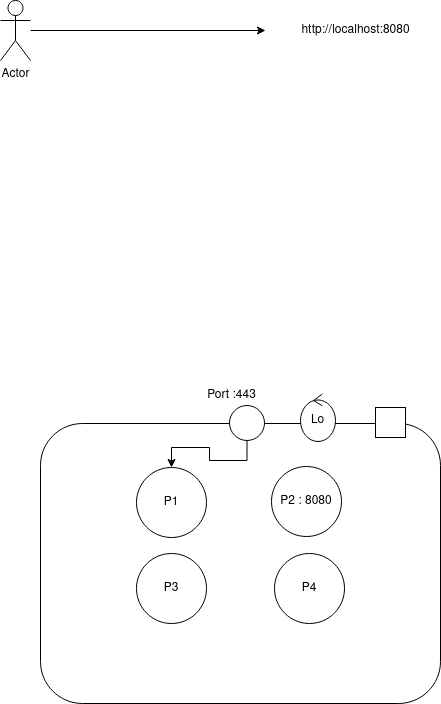
The draw.io diagram Loopback.drawio.png in Masum-Osman/diagrams.io-draws, before a commit. Source tidied: cells renumbered, new cells last; positions are measured from the earlier drawing's top-left corner, leaving out a move shared by most shapes. The source it was exported from:
```xml
<mxGraphModel>
  <root>
    <mxCell id="0" />
    <mxCell id="1" parent="0" />
    <mxCell id="2" style="edgeStyle=orthogonalEdgeStyle;rounded=0;jettySize=auto;html=1;" parent="1" edge="1" source="3">
      <mxGeometry relative="1" as="geometry">
        <mxPoint x="265" y="30" as="targetPoint" />
      </mxGeometry>
    </mxCell>
    <mxCell id="3" value="Actor" style="shape=umlActor;verticalLabelPosition=bottom;verticalAlign=top;html=1;outlineConnect=0;" parent="1" vertex="1">
      <mxGeometry width="30" height="60" as="geometry" />
    </mxCell>
    <mxCell id="4" value="http://localhost:8080" style="text;html=1;align=center;verticalAlign=middle;points=[];strokeColor=none;fillColor=none;" parent="1" vertex="1">
      <mxGeometry x="290" y="15" width="130" height="30" as="geometry" />
    </mxCell>
    <mxCell id="5" style="rounded=1;whiteSpace=wrap;html=1;" parent="1" vertex="1">
      <mxGeometry x="40" y="423" width="400" height="280" as="geometry" />
    </mxCell>
    <mxCell id="6" value="P1" style="ellipse;whiteSpace=wrap;html=1;" parent="1" vertex="1">
      <mxGeometry x="136" y="467" width="70" height="70" as="geometry" />
    </mxCell>
    <mxCell id="7" value="P2 : 8080" style="ellipse;whiteSpace=wrap;html=1;" parent="1" vertex="1">
      <mxGeometry x="271" y="466" width="70" height="70" as="geometry" />
    </mxCell>
    <mxCell id="8" value="P3" style="ellipse;whiteSpace=wrap;html=1;" parent="1" vertex="1">
      <mxGeometry x="136" y="553" width="70" height="70" as="geometry" />
    </mxCell>
    <mxCell id="9" value="P4" style="ellipse;whiteSpace=wrap;html=1;" parent="1" vertex="1">
      <mxGeometry x="274" y="553" width="70" height="70" as="geometry" />
    </mxCell>
    <mxCell id="10" style="edgeStyle=orthogonalEdgeStyle;rounded=0;jettySize=auto;html=1;exitX=0.5;exitY=1;exitDx=0;exitDy=0;" parent="1" edge="1" source="11" target="6">
      <mxGeometry relative="1" as="geometry" />
    </mxCell>
    <mxCell id="11" style="ellipse;whiteSpace=wrap;html=1;" parent="1" vertex="1">
      <mxGeometry x="229" y="405" width="35" height="35" as="geometry" />
    </mxCell>
    <mxCell id="12" value="Port :443" style="text;html=1;align=center;verticalAlign=middle;strokeColor=none;fillColor=none;" parent="1" vertex="1">
      <mxGeometry x="196" y="380" width="70" height="30" as="geometry" />
    </mxCell>
    <mxCell id="13" style="whiteSpace=wrap;html=1;" parent="1" vertex="1">
      <mxGeometry x="375" y="407" width="30" height="30" as="geometry" />
    </mxCell>
    <mxCell id="14" value="&lt;div&gt;Lo&lt;/div&gt;" style="ellipse;shape=umlControl;whiteSpace=wrap;html=1;" parent="1" vertex="1">
      <mxGeometry x="300" y="393.5" width="35" height="47.5" as="geometry" />
    </mxCell>
  </root>
</mxGraphModel>
```
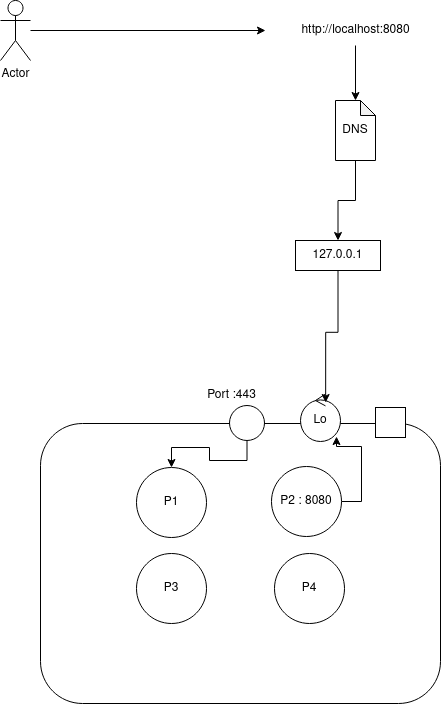
After the change.

What changed in the source:
```diff
@@ -10,6 +10,9 @@
     <mxCell id="3" value="Actor" style="shape=umlActor;verticalLabelPosition=bottom;verticalAlign=top;html=1;outlineConnect=0;" parent="1" vertex="1">
       <mxGeometry width="30" height="60" as="geometry" />
     </mxCell>
+    <mxCell id="15" style="edgeStyle=orthogonalEdgeStyle;rounded=0;jettySize=auto;html=1;entryX=0.5;entryY=0;entryDx=0;entryDy=0;entryPerimeter=0;" parent="1" edge="1" source="4" target="18">
+      <mxGeometry relative="1" as="geometry" />
+    </mxCell>
     <mxCell id="4" value="http://localhost:8080" style="text;html=1;align=center;verticalAlign=middle;points=[];strokeColor=none;fillColor=none;" parent="1" vertex="1">
       <mxGeometry x="290" y="15" width="130" height="30" as="geometry" />
     </mxCell>
@@ -19,6 +22,9 @@
     <mxCell id="6" value="P1" style="ellipse;whiteSpace=wrap;html=1;" parent="1" vertex="1">
       <mxGeometry x="136" y="467" width="70" height="70" as="geometry" />
     </mxCell>
+    <mxCell id="16" style="edgeStyle=orthogonalEdgeStyle;rounded=0;jettySize=auto;html=1;exitX=1;exitY=0.5;exitDx=0;exitDy=0;entryX=0.9;entryY=0.895;entryDx=0;entryDy=0;entryPerimeter=0;" parent="1" edge="1" source="7" target="14">
+      <mxGeometry relative="1" as="geometry" />
+    </mxCell>
     <mxCell id="7" value="P2 : 8080" style="ellipse;whiteSpace=wrap;html=1;" parent="1" vertex="1">
       <mxGeometry x="271" y="466" width="70" height="70" as="geometry" />
     </mxCell>
@@ -41,7 +47,19 @@
       <mxGeometry x="375" y="407" width="30" height="30" as="geometry" />
     </mxCell>
     <mxCell id="14" value="&lt;div&gt;Lo&lt;/div&gt;" style="ellipse;shape=umlControl;whiteSpace=wrap;html=1;" parent="1" vertex="1">
-      <mxGeometry x="300" y="393.5" width="35" height="47.5" as="geometry" />
+      <mxGeometry x="300" y="393.5" width="40" height="47.5" as="geometry" />
     </mxCell>
+    <mxCell id="17" style="edgeStyle=orthogonalEdgeStyle;rounded=0;jettySize=auto;html=1;" parent="1" edge="1" source="18" target="20">
+      <mxGeometry relative="1" as="geometry" />
+    </mxCell>
+    <mxCell id="18" value="DNS" style="shape=note;whiteSpace=wrap;html=1;backgroundOutline=1;darkOpacity=0.05;size=15;" parent="1" vertex="1">
+      <mxGeometry x="335" y="100" width="40" height="60" as="geometry" />
+    </mxCell>
+    <mxCell id="19" style="edgeStyle=orthogonalEdgeStyle;rounded=0;jettySize=auto;html=1;exitX=0.5;exitY=1;exitDx=0;exitDy=0;entryX=0.629;entryY=0.179;entryDx=0;entryDy=0;entryPerimeter=0;" parent="1" edge="1" source="20" target="14">
+      <mxGeometry relative="1" as="geometry" />
+    </mxCell>
+    <mxCell id="20" value="127.0.0.1" style="whiteSpace=wrap;html=1;" parent="1" vertex="1">
+      <mxGeometry x="295" y="240" width="85" height="30" as="geometry" />
+    </mxCell>
   </root>
 </mxGraphModel>
```
